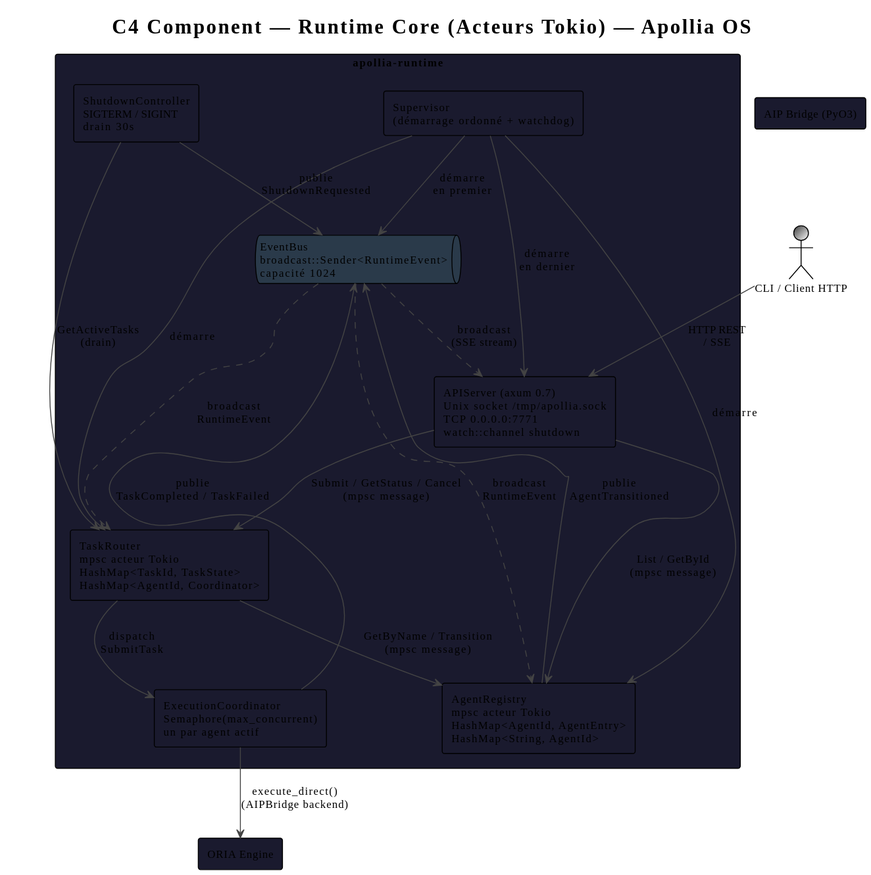
The PlantUML diagram book/src/architecture/diagrams/c4-component-runtime-core.svg in nidal-z/apollia-os, before a commit.
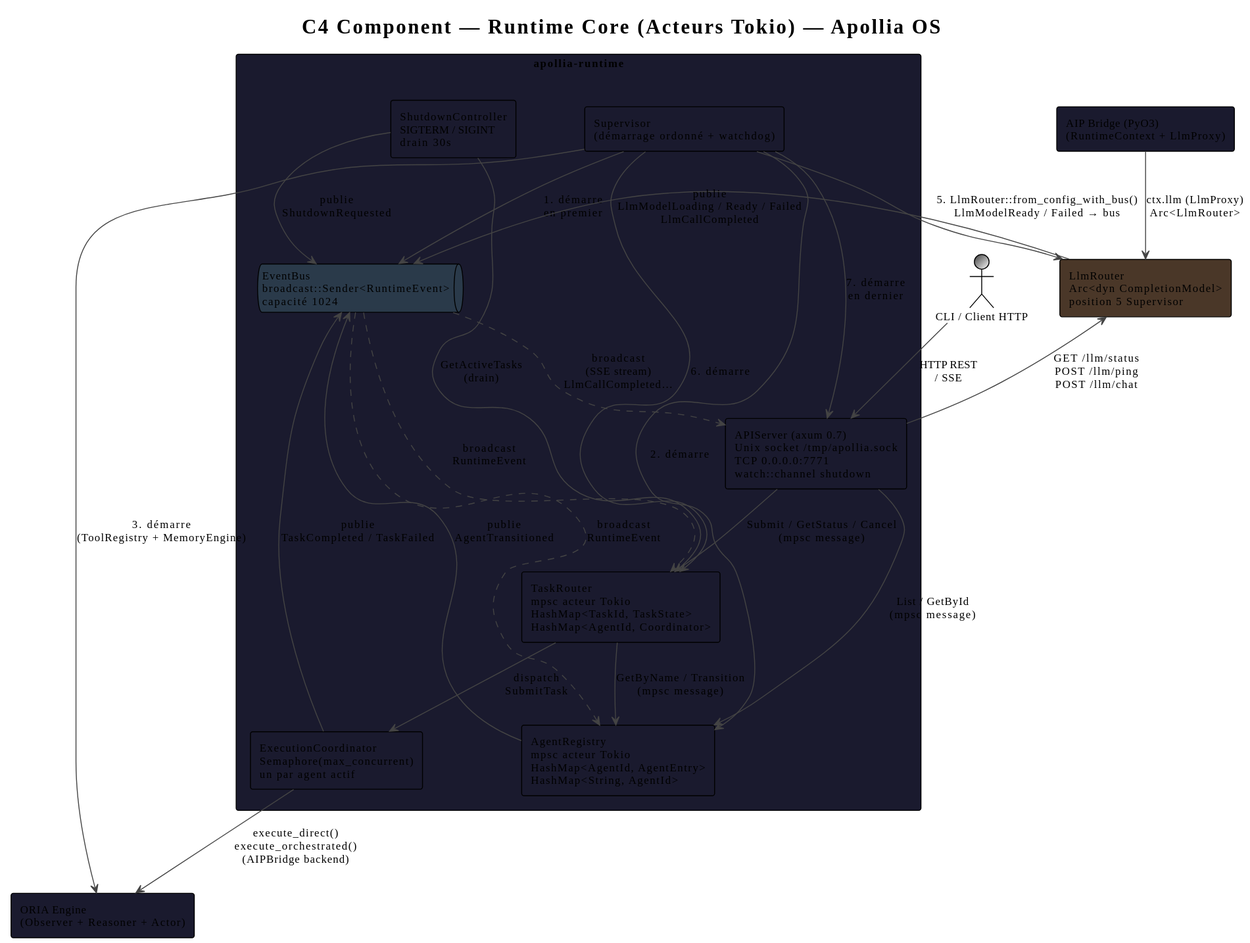
After the commit.

Diff of the diagram source:
```diff
@@ -25,31 +25,39 @@
   rectangle "ShutdownController\nSIGTERM / SIGINT\ndrain 30s" as shutdown #1a1a2e
 }
 
-rectangle "ORIA Engine" as oria #1a1a2e
-rectangle "AIP Bridge (PyO3)" as aip #1a1a2e
+rectangle "LlmRouter\nArc<dyn CompletionModel>\nposition 5 Supervisor" as llm #4a3728
+
+rectangle "ORIA Engine\n(Observer + Reasoner + Actor)" as oria #1a1a2e
+rectangle "AIP Bridge (PyO3)\n(RuntimeContext + LlmProxy)" as aip #1a1a2e
 actor "CLI / Client HTTP" as cli #3a3a3a/white
 
-sup --> bus : démarre\nen premier
-sup --> reg : démarre
-sup --> router : démarre
-sup --> api : démarre\nen dernier
+sup --> bus    : 1. démarre\nen premier
+sup --> reg    : 2. démarre
+sup --> oria   : 3. démarre\n(ToolRegistry + MemoryEngine)
+sup --> llm    : 5. LlmRouter::from_config_with_bus()\nLlmModelReady / Failed → bus
+sup --> router : 6. démarre
+sup --> api    : 7. démarre\nen dernier
 
-bus ..> reg : broadcast\nRuntimeEvent
+bus ..> reg    : broadcast\nRuntimeEvent
 bus ..> router : broadcast\nRuntimeEvent
-bus ..> api : broadcast\n(SSE stream)
+bus ..> api    : broadcast\n(SSE stream)\nLlmCallCompleted…
 
-reg --> bus : publie\nAgentTransitioned
+reg    --> bus    : publie\nAgentTransitioned
+llm    --> bus    : publie\nLlmModelLoading / Ready / Failed\nLlmCallCompleted
 
-router --> reg : GetByName / Transition\n(mpsc message)
-router --> coord : dispatch\nSubmitTask
+router --> reg    : GetByName / Transition\n(mpsc message)
+router --> coord  : dispatch\nSubmitTask
 
-coord --> oria : execute_direct()\n(AIPBridge backend)
-coord --> bus : publie\nTaskCompleted / TaskFailed
+coord  --> oria   : execute_direct()\nexecute_orchestrated()\n(AIPBridge backend)
+coord  --> bus    : publie\nTaskCompleted / TaskFailed
 
-api --> router : Submit / GetStatus / Cancel\n(mpsc message)
-api --> reg : List / GetById\n(mpsc message)
+api    --> router : Submit / GetStatus / Cancel\n(mpsc message)
+api    --> reg    : List / GetById\n(mpsc message)
+api    --> llm    : GET /llm/status\nPOST /llm/ping\nPOST /llm/chat
 
-shutdown --> bus : publie\nShutdownRequested
+aip    --> llm    : ctx.llm (LlmProxy)\nArc<LlmRouter>
+
+shutdown --> bus    : publie\nShutdownRequested
 shutdown --> router : GetActiveTasks\n(drain)
 
 cli --> api : HTTP REST\n/ SSE
```
